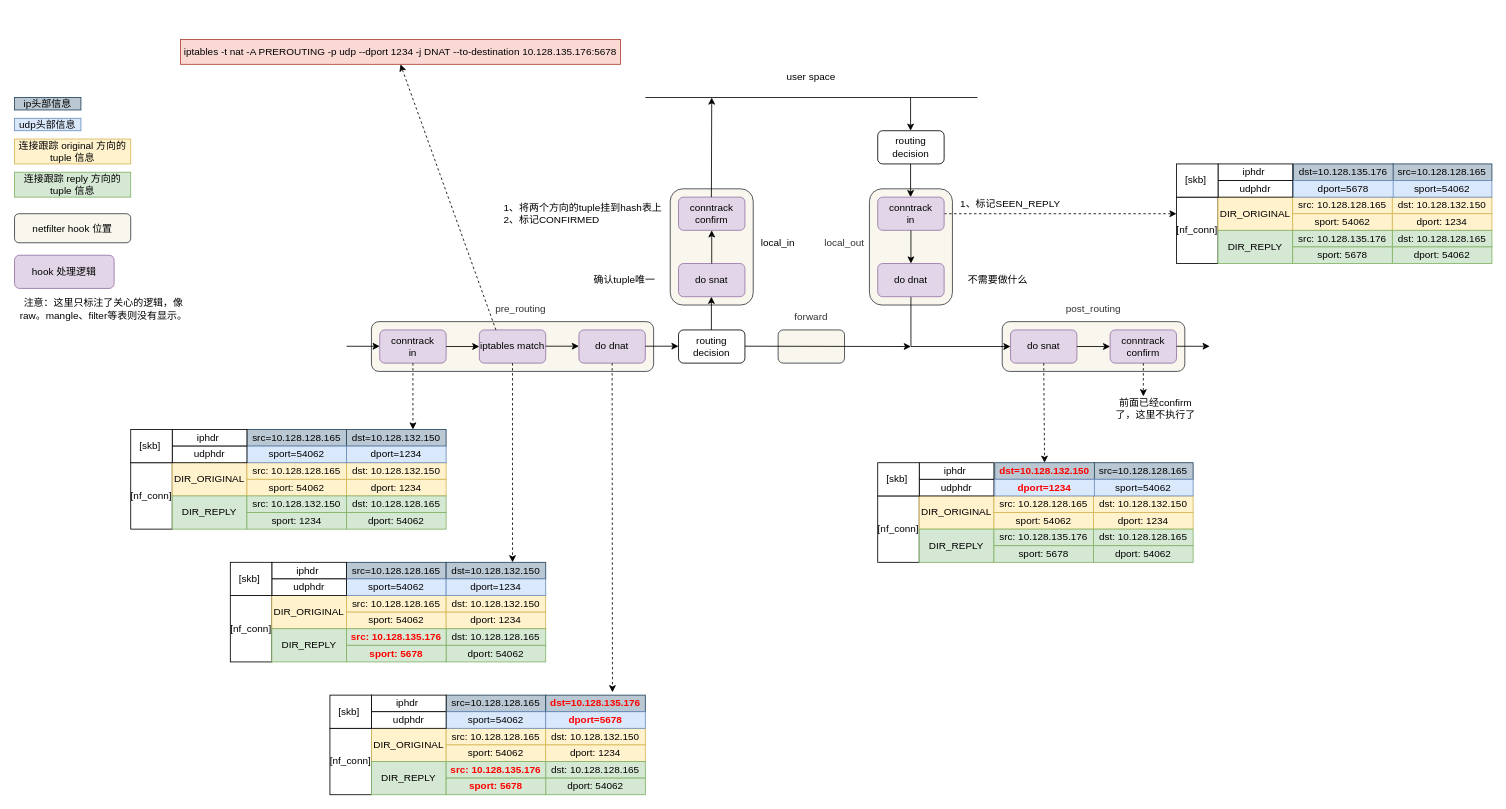
Earlier version of the draw.io diagram page "第 7 页" (7 of 7) of netfilter.drawio (Richard-Joe/draw-io). Source tidied: cells renumbered, new cells numbered last; positions are measured from the earlier drawing's top-left corner, leaving out a move shared by most shapes. Both pictures are drawn from the tidied source at 83%, with x=0, y=0 at pixel (14, 39).
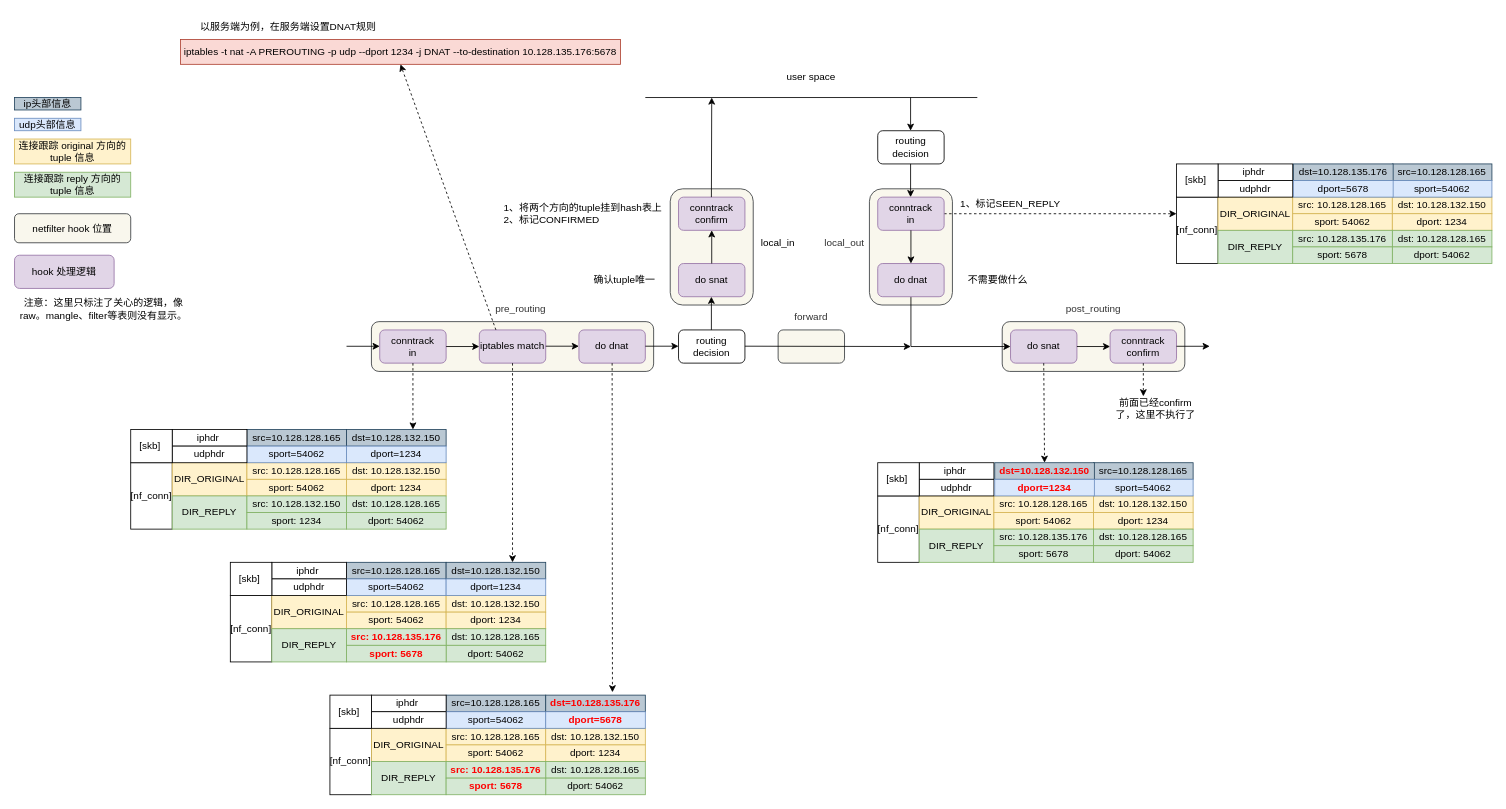
The same diagram, later.

What changed in the source:
```diff
@@
+    <mxCell id="154" value="以服务端为例，在服务端设置DNAT规则" style="text;html=1;strokeColor=none;fillColor=none;align=center;verticalAlign=middle;whiteSpace=wrap;rounded=0;" parent="1" vertex="1">
+      <mxGeometry x="200" y="-30" width="260" height="30" as="geometry" />
+    </mxCell>
```
